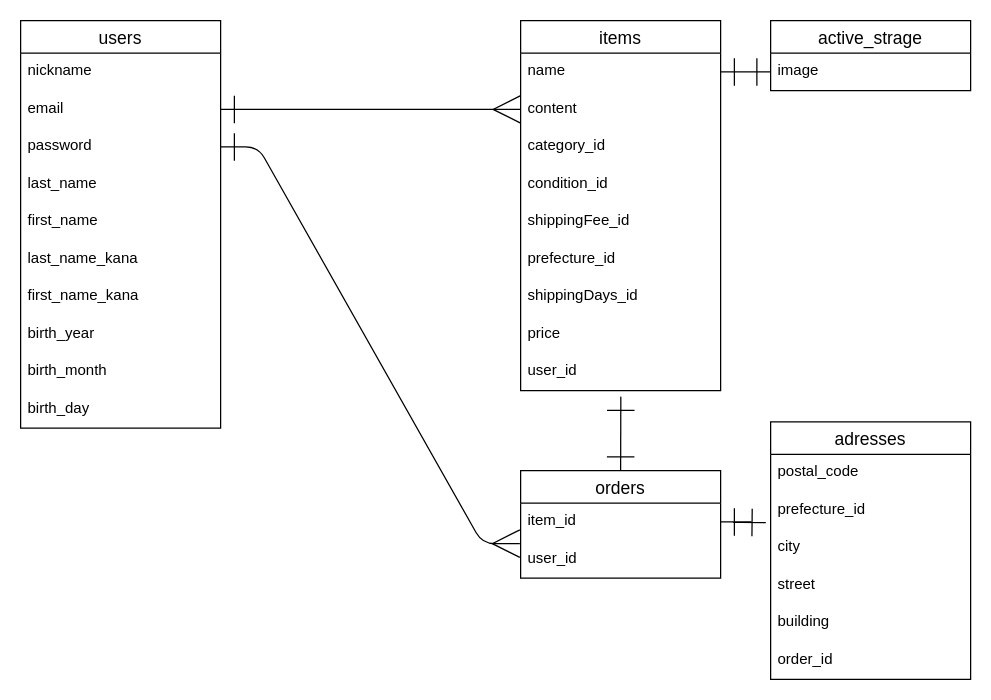
KEYproducts/furima-39283 keeps this draw.io diagram as furima.dio. Above is the earlier version. Source tidied: cells renumbered, new cells numbered last; positions are measured from the earlier drawing's top-left corner, leaving out a move shared by most shapes. Both pictures are drawn from the tidied source at 125%, with x=0, y=0 at pixel (20, 20).
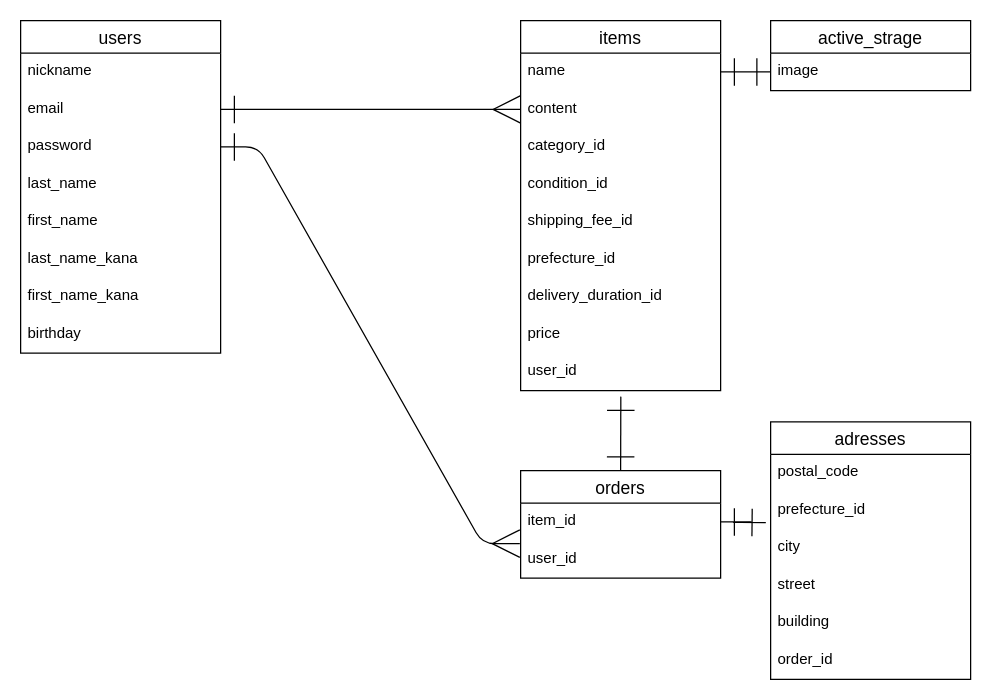
The same diagram, later.

Commit message (it also covers changes not shown here):
コードレビュー指摘箇所の修正#2

The change refers to these unchanged cells:
```xml
<mxCell id="15" value="items" style="swimlane;fontStyle=0;horizontal=1;startSize=26;align=center;fontSize=14;" parent="1" vertex="1">
  <mxGeometry x="400" width="160" height="296" as="geometry" />
</mxCell>
```

Change to the diagram source:
```diff
@@
     <mxCell id="2" value="users" style="swimlane;fontStyle=0;horizontal=1;startSize=26;align=center;fontSize=14;" parent="1" vertex="1">
-      <mxGeometry width="160" height="326" as="geometry" />
+      <mxGeometry width="160" height="266" as="geometry" />
     </mxCell>
@@
-    <mxCell id="10" value="birth_year" style="text;strokeColor=none;fillColor=none;spacingLeft=4;spacingRight=4;overflow=hidden;fontSize=12;" parent="2" vertex="1">
-      <mxGeometry y="236" width="160" height="30" as="geometry" />
-    </mxCell>
-    <mxCell id="11" value="birth_month" style="text;strokeColor=none;fillColor=none;spacingLeft=4;spacingRight=4;overflow=hidden;fontSize=12;" parent="2" vertex="1">
-      <mxGeometry y="266" width="160" height="30" as="geometry" />
-    </mxCell>
-    <mxCell id="12" value="birth_day" style="text;strokeColor=none;fillColor=none;spacingLeft=4;spacingRight=4;overflow=hidden;fontSize=12;" parent="2" vertex="1">
-      <mxGeometry y="296" width="160" height="30" as="geometry" />
+    <mxCell id="12" value="birthday" style="text;strokeColor=none;fillColor=none;spacingLeft=4;spacingRight=4;overflow=hidden;fontSize=12;" parent="2" vertex="1">
+      <mxGeometry y="236" width="160" height="30" as="geometry" />
     </mxCell>
@@
-    <mxCell id="20" value="shippingFee_id" style="text;strokeColor=none;fillColor=none;spacingLeft=4;spacingRight=4;overflow=hidden;fontSize=12;" parent="15" vertex="1">
+    <mxCell id="20" value="shipping_fee_id" style="text;strokeColor=none;fillColor=none;spacingLeft=4;spacingRight=4;overflow=hidden;fontSize=12;" parent="15" vertex="1">
       <mxGeometry y="146" width="160" height="30" as="geometry" />
     </mxCell>
@@
-    <mxCell id="22" value="shippingDays_id" style="text;strokeColor=none;fillColor=none;spacingLeft=4;spacingRight=4;overflow=hidden;fontSize=12;" parent="15" vertex="1">
+    <mxCell id="22" value="delivery_duration_id" style="text;strokeColor=none;fillColor=none;spacingLeft=4;spacingRight=4;overflow=hidden;fontSize=12;" parent="15" vertex="1">
       <mxGeometry y="206" width="160" height="30" as="geometry" />
     </mxCell>
```
